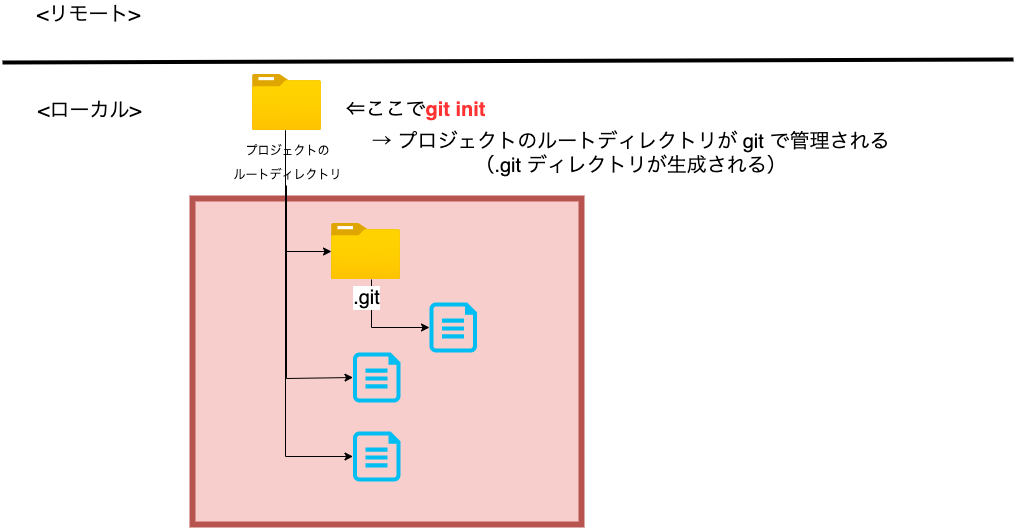
irongineer/learning-git-for-team keeps this draw.io diagram as assets/image/Git勉強会_コマンドイメージ図-init.drawio.png. Above is the earlier version. Source tidied: cells renumbered, new cells last; positions are measured from the earlier drawing's top-left corner, leaving out a move shared by most shapes.
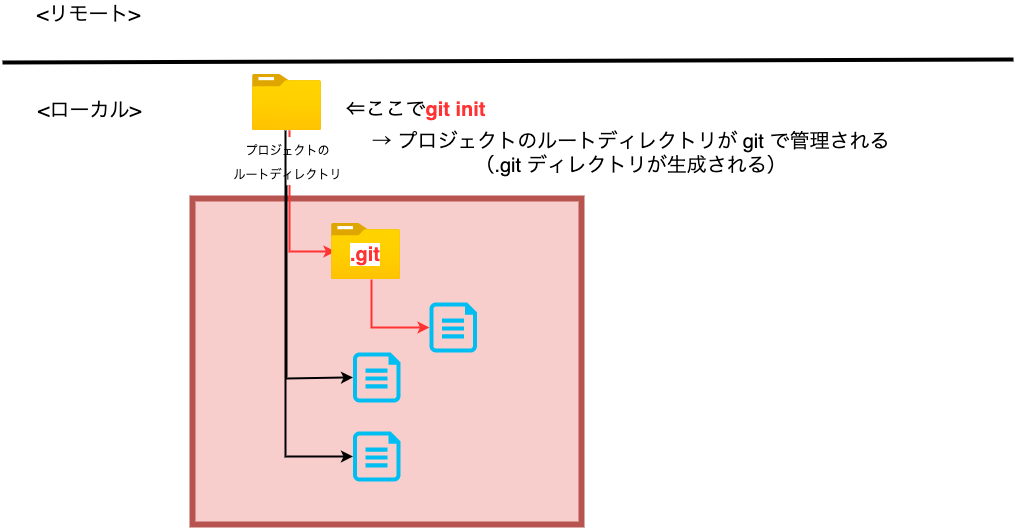
Later version of the same file.

The edit, as a diff of the source:
```diff
@@ -17,24 +17,26 @@
     <mxCell id="5" value="&lt;font style=&quot;font-size: 20px;&quot;&gt;&amp;lt;リモート&amp;gt;&lt;/font&gt;" style="text;html=1;align=center;verticalAlign=middle;strokeColor=none;fillColor=none;fontSize=20;" parent="1" vertex="1">
       <mxGeometry x="29" width="114" height="28" as="geometry" />
     </mxCell>
-    <mxCell id="6" style="edgeStyle=orthogonalEdgeStyle;rounded=0;jettySize=auto;html=1;fontSize=20;" parent="1" edge="1" source="7" target="9">
+    <mxCell id="6" style="edgeStyle=orthogonalEdgeStyle;rounded=0;orthogonalLoop=1;jettySize=auto;html=1;fontSize=20;strokeColor=#FF3333;strokeWidth=2;" parent="1" edge="1">
       <mxGeometry relative="1" as="geometry">
+        <mxPoint x="287" y="130" as="sourcePoint" />
+        <mxPoint x="333" y="251" as="targetPoint" />
         <Array as="points">
-          <mxPoint x="283" y="251" />
+          <mxPoint x="287" y="251" />
         </Array>
       </mxGeometry>
     </mxCell>
     <mxCell id="7" value="&lt;font style=&quot;font-size: 12px&quot;&gt;プロジェクトの&lt;br&gt;ルートディレクトリ&lt;/font&gt;" style="html=1;points=[];align=center;image;fontSize=20;image=img/lib/azure2/general/Folder_Blank.svg;" parent="1" vertex="1">
       <mxGeometry x="250" y="74" width="69" height="56" as="geometry" />
     </mxCell>
-    <mxCell id="8" style="edgeStyle=orthogonalEdgeStyle;rounded=0;jettySize=auto;html=1;fontSize=20;" parent="1" edge="1" source="9" target="10">
+    <mxCell id="8" style="edgeStyle=orthogonalEdgeStyle;rounded=0;jettySize=auto;html=1;fontSize=20;strokeColor=#FF3333;strokeWidth=2;" parent="1" edge="1" source="9" target="10">
       <mxGeometry relative="1" as="geometry">
         <Array as="points">
           <mxPoint x="369" y="327" />
         </Array>
       </mxGeometry>
     </mxCell>
-    <mxCell id="9" value=".git" style="html=1;points=[];align=center;image;fontSize=20;image=img/lib/azure2/general/Folder_Blank.svg;" parent="1" vertex="1">
+    <mxCell id="9" style="html=1;points=[];align=center;image;fontSize=20;image=img/lib/azure2/general/Folder_Blank.svg;" parent="1" vertex="1">
       <mxGeometry x="329" y="223" width="69" height="56" as="geometry" />
     </mxCell>
     <mxCell id="10" style="verticalLabelPosition=bottom;html=1;verticalAlign=top;align=center;strokeColor=none;fillColor=#00BEF2;shape=mxgraph.azure.cloud_services_configuration_file;fontSize=20;" parent="1" vertex="1">
@@ -46,7 +48,7 @@
     <mxCell id="12" style="verticalLabelPosition=bottom;html=1;verticalAlign=top;align=center;strokeColor=none;fillColor=#00BEF2;shape=mxgraph.azure.cloud_services_configuration_file;fontSize=20;" parent="1" vertex="1">
       <mxGeometry x="350.5" y="431" width="47.5" height="50" as="geometry" />
     </mxCell>
-    <mxCell id="13" style="edgeStyle=orthogonalEdgeStyle;rounded=0;jettySize=auto;html=1;fontSize=20;entryX=0;entryY=0.5;entryDx=0;entryDy=0;entryPerimeter=0;" parent="1" edge="1" target="11">
+    <mxCell id="13" style="edgeStyle=orthogonalEdgeStyle;rounded=0;jettySize=auto;html=1;fontSize=20;entryX=0;entryY=0.5;entryDx=0;entryDy=0;entryPerimeter=0;strokeColor=#000000;strokeWidth=2;" parent="1" edge="1" target="11">
       <mxGeometry relative="1" as="geometry">
         <mxPoint x="284" y="185" as="sourcePoint" />
         <Array as="points">
@@ -55,7 +57,7 @@
         </Array>
       </mxGeometry>
     </mxCell>
-    <mxCell id="14" style="edgeStyle=orthogonalEdgeStyle;rounded=0;jettySize=auto;html=1;fontSize=20;entryX=0;entryY=0.5;entryDx=0;entryDy=0;entryPerimeter=0;" parent="1" edge="1" source="7" target="12">
+    <mxCell id="14" style="edgeStyle=orthogonalEdgeStyle;rounded=0;jettySize=auto;html=1;fontSize=20;entryX=0;entryY=0.5;entryDx=0;entryDy=0;entryPerimeter=0;strokeColor=#000000;strokeWidth=2;" parent="1" edge="1" source="7" target="12">
       <mxGeometry relative="1" as="geometry">
         <Array as="points">
           <mxPoint x="283" y="456" />
@@ -68,5 +70,8 @@
     <mxCell id="16" value="→ プロジェクトのルートディレクトリが git で管理される&lt;br&gt;（.git ディレクトリが生成される）" style="text;html=1;align=center;verticalAlign=middle;strokeColor=none;fillColor=none;fontSize=20;" parent="1" vertex="1">
       <mxGeometry x="365" y="127" width="525" height="52" as="geometry" />
     </mxCell>
+    <mxCell id="17" value="&lt;meta charset=&quot;utf-8&quot;&gt;&lt;b style=&quot;color: rgb(255, 51, 51); font-family: helvetica; font-size: 20px; font-style: normal; letter-spacing: normal; text-align: center; text-indent: 0px; text-transform: none; word-spacing: 0px; background-color: rgb(255, 255, 255);&quot;&gt;.git&lt;/b&gt;" style="text;whiteSpace=wrap;html=1;fontSize=16;fontColor=#FF3333;" parent="1" vertex="1">
+      <mxGeometry x="346" y="236" width="50" height="35" as="geometry" />
+    </mxCell>
   </root>
 </mxGraphModel>
```
